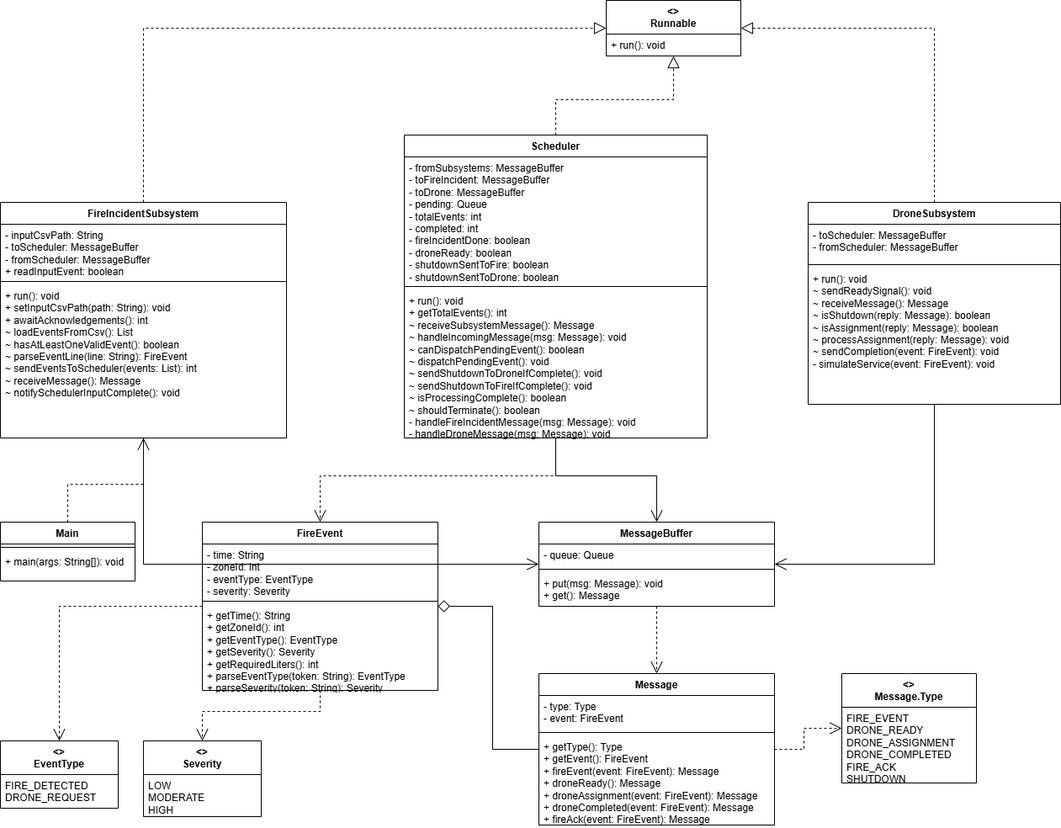
Above: docs/diagrams/class-diagram.png in JowiAoun/SYSC3303W26-Project (draw.io), before the change. Source tidied: cells renumbered, new cells last; positions are measured from the earlier drawing's top-left corner, leaving out a move shared by most shapes.
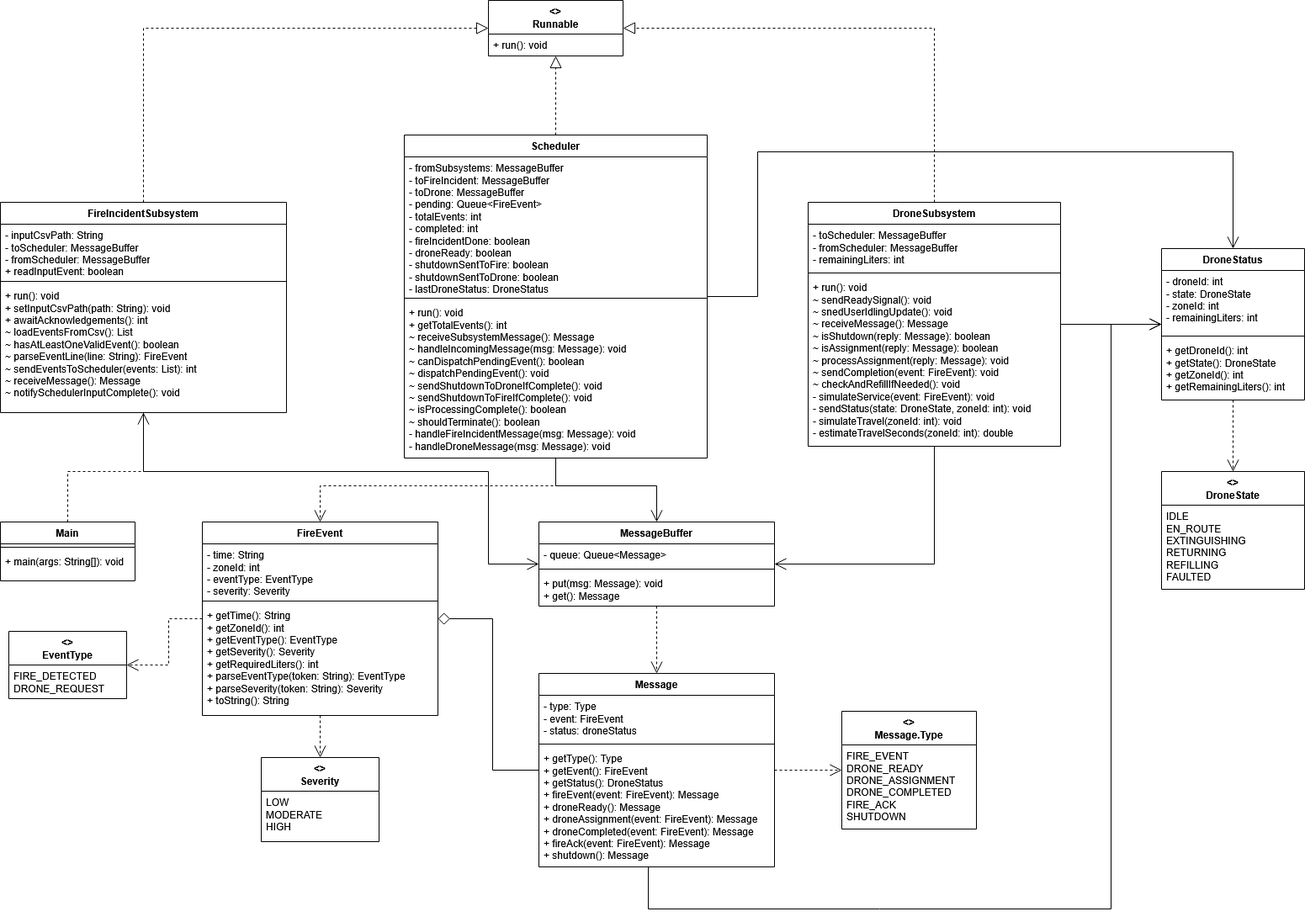
Later version of the same file.

Change to the diagram source:
```diff
@@ -3,13 +3,13 @@
     <mxCell id="0" />
     <mxCell id="1" parent="0" />
     <mxCell id="2" value="&lt;&lt;interface&gt;&gt;&#10;Runnable" style="swimlane;fontStyle=1;align=center;verticalAlign=top;horizontal=1;startSize=40;whiteSpace=wrap;html=1;" parent="1" vertex="1">
-      <mxGeometry x="720" width="160" height="66" as="geometry" />
+      <mxGeometry x="580" width="160" height="66" as="geometry" />
     </mxCell>
     <mxCell id="3" value="+ run(): void" style="text;strokeColor=none;fillColor=none;align=left;verticalAlign=top;spacingLeft=4;spacingRight=4;overflow=hidden;whiteSpace=wrap;html=1;" parent="2" vertex="1">
       <mxGeometry y="40" width="160" height="26" as="geometry" />
     </mxCell>
     <mxCell id="4" value="FireIncidentSubsystem" style="swimlane;fontStyle=1;align=center;verticalAlign=top;horizontal=1;startSize=26;whiteSpace=wrap;html=1;" parent="1" vertex="1">
-      <mxGeometry y="240" width="340" height="280" as="geometry" />
+      <mxGeometry y="240" width="340" height="250" as="geometry" />
     </mxCell>
     <mxCell id="5" value="- inputCsvPath: String&#10;- toScheduler: MessageBuffer&#10;- fromScheduler: MessageBuffer&#10;+ readInputEvent: boolean" style="text;strokeColor=none;fillColor=none;align=left;verticalAlign=top;spacingLeft=4;spacingRight=4;overflow=hidden;whiteSpace=wrap;html=1;" parent="4" vertex="1">
       <mxGeometry y="26" width="340" height="64" as="geometry" />
@@ -18,36 +18,36 @@
       <mxGeometry y="90" width="340" height="8" as="geometry" />
     </mxCell>
     <mxCell id="7" value="+ run(): void&#10;+ setInputCsvPath(path: String): void&#10;+ awaitAcknowledgements(): int&#10;~ loadEventsFromCsv(): List&lt;FireEvent&gt;&#10;~ hasAtLeastOneValidEvent(): boolean&#10;~ parseEventLine(line: String): FireEvent&#10;~ sendEventsToScheduler(events: List&lt;FireEvent&gt;): int&#10;~ receiveMessage(): Message&#10;~ notifySchedulerInputComplete(): void" style="text;strokeColor=none;fillColor=none;align=left;verticalAlign=top;spacingLeft=4;spacingRight=4;overflow=hidden;whiteSpace=wrap;html=1;" parent="4" vertex="1">
-      <mxGeometry y="98" width="340" height="182" as="geometry" />
+      <mxGeometry y="98" width="340" height="152" as="geometry" />
     </mxCell>
     <mxCell id="8" value="Scheduler" style="swimlane;fontStyle=1;align=center;verticalAlign=top;horizontal=1;startSize=26;whiteSpace=wrap;html=1;" parent="1" vertex="1">
-      <mxGeometry x="480" y="160" width="360" height="360" as="geometry" />
+      <mxGeometry x="480" y="160" width="360" height="384" as="geometry" />
     </mxCell>
-    <mxCell id="9" value="- fromSubsystems: MessageBuffer&#10;- toFireIncident: MessageBuffer&#10;- toDrone: MessageBuffer&#10;- pending: Queue&lt;FireEvent&gt;&#10;- totalEvents: int&#10;- completed: int&#10;- fireIncidentDone: boolean&#10;- droneReady: boolean&#10;- shutdownSentToFire: boolean&#10;- shutdownSentToDrone: boolean" style="text;strokeColor=none;fillColor=none;align=left;verticalAlign=top;spacingLeft=4;spacingRight=4;overflow=hidden;whiteSpace=wrap;html=1;" parent="8" vertex="1">
-      <mxGeometry y="26" width="360" height="150" as="geometry" />
+    <mxCell id="9" value="- fromSubsystems: MessageBuffer&lt;br&gt;- toFireIncident: MessageBuffer&lt;br&gt;- toDrone: MessageBuffer&lt;br&gt;- pending: Queue&amp;lt;FireEvent&amp;gt;&lt;br&gt;- totalEvents: int&lt;br&gt;- completed: int&lt;br&gt;- fireIncidentDone: boolean&lt;br&gt;- droneReady: boolean&lt;br&gt;- shutdownSentToFire: boolean&lt;br&gt;&lt;div&gt;- shutdownSentToDrone: boolean&lt;/div&gt;&lt;div&gt;- lastDroneStatus: DroneStatus&lt;/div&gt;" style="text;strokeColor=none;fillColor=none;align=left;verticalAlign=top;spacingLeft=4;spacingRight=4;overflow=hidden;whiteSpace=wrap;html=1;" parent="8" vertex="1">
+      <mxGeometry y="26" width="360" height="164" as="geometry" />
     </mxCell>
     <mxCell id="10" style="line;strokeWidth=1;fillColor=none;align=left;verticalAlign=middle;spacingTop=-1;spacingLeft=3;spacingRight=3;labelPosition=right;strokeColor=inherit;" parent="8" vertex="1">
-      <mxGeometry y="176" width="360" height="8" as="geometry" />
+      <mxGeometry y="190" width="360" height="8" as="geometry" />
     </mxCell>
     <mxCell id="11" value="+ run(): void&#10;+ getTotalEvents(): int&#10;~ receiveSubsystemMessage(): Message&#10;~ handleIncomingMessage(msg: Message): void&#10;~ canDispatchPendingEvent(): boolean&#10;~ dispatchPendingEvent(): void&#10;~ sendShutdownToDroneIfComplete(): void&#10;~ sendShutdownToFireIfComplete(): void&#10;~ isProcessingComplete(): boolean&#10;~ shouldTerminate(): boolean&#10;- handleFireIncidentMessage(msg: Message): void&#10;- handleDroneMessage(msg: Message): void" style="text;strokeColor=none;fillColor=none;align=left;verticalAlign=top;spacingLeft=4;spacingRight=4;overflow=hidden;whiteSpace=wrap;html=1;" parent="8" vertex="1">
-      <mxGeometry y="184" width="360" height="176" as="geometry" />
+      <mxGeometry y="198" width="360" height="186" as="geometry" />
     </mxCell>
     <mxCell id="12" value="DroneSubsystem" style="swimlane;fontStyle=1;align=center;verticalAlign=top;horizontal=1;startSize=26;whiteSpace=wrap;html=1;" parent="1" vertex="1">
-      <mxGeometry x="960" y="240" width="300" height="240" as="geometry" />
+      <mxGeometry x="960" y="240" width="300" height="290" as="geometry" />
     </mxCell>
-    <mxCell id="13" value="- toScheduler: MessageBuffer&#10;- fromScheduler: MessageBuffer" style="text;strokeColor=none;fillColor=none;align=left;verticalAlign=top;spacingLeft=4;spacingRight=4;overflow=hidden;whiteSpace=wrap;html=1;" parent="12" vertex="1">
-      <mxGeometry y="26" width="300" height="44" as="geometry" />
+    <mxCell id="13" value="- toScheduler: MessageBuffer&lt;br&gt;&lt;div&gt;- fromScheduler: MessageBuffer&lt;/div&gt;&lt;div&gt;- remainingLiters: int&lt;/div&gt;" style="text;strokeColor=none;fillColor=none;align=left;verticalAlign=top;spacingLeft=4;spacingRight=4;overflow=hidden;whiteSpace=wrap;html=1;" parent="12" vertex="1">
+      <mxGeometry y="26" width="300" height="54" as="geometry" />
     </mxCell>
     <mxCell id="14" style="line;strokeWidth=1;fillColor=none;align=left;verticalAlign=middle;spacingTop=-1;spacingLeft=3;spacingRight=3;labelPosition=right;strokeColor=inherit;" parent="12" vertex="1">
-      <mxGeometry y="70" width="300" height="8" as="geometry" />
+      <mxGeometry y="80" width="300" height="8" as="geometry" />
     </mxCell>
-    <mxCell id="15" value="+ run(): void&#10;~ sendReadySignal(): void&#10;~ receiveMessage(): Message&#10;~ isShutdown(reply: Message): boolean&#10;~ isAssignment(reply: Message): boolean&#10;~ processAssignment(reply: Message): void&#10;~ sendCompletion(event: FireEvent): void&#10;- simulateService(event: FireEvent): void" style="text;strokeColor=none;fillColor=none;align=left;verticalAlign=top;spacingLeft=4;spacingRight=4;overflow=hidden;whiteSpace=wrap;html=1;" parent="12" vertex="1">
-      <mxGeometry y="78" width="300" height="162" as="geometry" />
+    <mxCell id="15" value="+ run(): void&lt;br&gt;&lt;div&gt;~ sendReadySignal(): void&lt;/div&gt;&lt;div&gt;~ snedUserIdlingUpdate(): void&lt;/div&gt;~ receiveMessage(): Message&lt;br&gt;~ isShutdown(reply: Message): boolean&lt;br&gt;~ isAssignment(reply: Message): boolean&lt;br&gt;~ processAssignment(reply: Message): void&lt;br&gt;&lt;div&gt;~ sendCompletion(event: FireEvent): void&lt;/div&gt;&lt;div&gt;~ checkAndRefillIfNeeded(): void&lt;/div&gt;&lt;div&gt;- simulateService(event: FireEvent): void&lt;/div&gt;&lt;div&gt;- sendStatus(state: DroneState, zoneId: int): void&lt;/div&gt;&lt;div&gt;- simulateTravel(zoneId: int): void&lt;/div&gt;&lt;div&gt;- estimateTravelSeconds(zoneId: int): double&lt;/div&gt;" style="text;strokeColor=none;fillColor=none;align=left;verticalAlign=top;spacingLeft=4;spacingRight=4;overflow=hidden;whiteSpace=wrap;html=1;" parent="12" vertex="1">
+      <mxGeometry y="88" width="300" height="202" as="geometry" />
     </mxCell>
     <mxCell id="16" value="MessageBuffer" style="swimlane;fontStyle=1;align=center;verticalAlign=top;horizontal=1;startSize=26;whiteSpace=wrap;html=1;" parent="1" vertex="1">
       <mxGeometry x="640" y="620" width="280" height="100" as="geometry" />
     </mxCell>
-    <mxCell id="17" value="- queue: Queue&lt;Message&gt;" style="text;strokeColor=none;fillColor=none;align=left;verticalAlign=top;spacingLeft=4;spacingRight=4;overflow=hidden;whiteSpace=wrap;html=1;" parent="16" vertex="1">
+    <mxCell id="17" value="- queue: Queue&amp;lt;Message&amp;gt;" style="text;strokeColor=none;fillColor=none;align=left;verticalAlign=top;spacingLeft=4;spacingRight=4;overflow=hidden;whiteSpace=wrap;html=1;" parent="16" vertex="1">
       <mxGeometry y="26" width="280" height="26" as="geometry" />
     </mxCell>
     <mxCell id="18" style="line;strokeWidth=1;fillColor=none;align=left;verticalAlign=middle;spacingTop=-1;spacingLeft=3;spacingRight=3;labelPosition=right;strokeColor=inherit;" parent="16" vertex="1">
@@ -57,19 +57,19 @@
       <mxGeometry y="60" width="280" height="40" as="geometry" />
     </mxCell>
     <mxCell id="20" value="Message" style="swimlane;fontStyle=1;align=center;verticalAlign=top;horizontal=1;startSize=26;whiteSpace=wrap;html=1;" parent="1" vertex="1">
-      <mxGeometry x="640" y="800" width="280" height="180" as="geometry" />
+      <mxGeometry x="640" y="800" width="280" height="230" as="geometry" />
     </mxCell>
-    <mxCell id="21" value="- type: Type&#10;- event: FireEvent" style="text;strokeColor=none;fillColor=none;align=left;verticalAlign=top;spacingLeft=4;spacingRight=4;overflow=hidden;whiteSpace=wrap;html=1;" parent="20" vertex="1">
-      <mxGeometry y="26" width="280" height="40" as="geometry" />
+    <mxCell id="21" value="- type: Type&lt;br&gt;&lt;div&gt;- event: FireEvent&lt;/div&gt;&lt;div&gt;- status: droneStatus&lt;/div&gt;" style="text;strokeColor=none;fillColor=none;align=left;verticalAlign=top;spacingLeft=4;spacingRight=4;overflow=hidden;whiteSpace=wrap;html=1;" parent="20" vertex="1">
+      <mxGeometry y="26" width="280" height="54" as="geometry" />
     </mxCell>
     <mxCell id="22" style="line;strokeWidth=1;fillColor=none;align=left;verticalAlign=middle;spacingTop=-1;spacingLeft=3;spacingRight=3;labelPosition=right;strokeColor=inherit;" parent="20" vertex="1">
-      <mxGeometry y="66" width="280" height="8" as="geometry" />
+      <mxGeometry y="80" width="280" height="8" as="geometry" />
     </mxCell>
-    <mxCell id="23" value="+ getType(): Type&#10;+ getEvent(): FireEvent&#10;+ fireEvent(event: FireEvent): Message&#10;+ droneReady(): Message&#10;+ droneAssignment(event: FireEvent): Message&#10;+ droneCompleted(event: FireEvent): Message&#10;+ fireAck(event: FireEvent): Message&#10;+ shutdown(): Message" style="text;strokeColor=none;fillColor=none;align=left;verticalAlign=top;spacingLeft=4;spacingRight=4;overflow=hidden;whiteSpace=wrap;html=1;" parent="20" vertex="1">
-      <mxGeometry y="74" width="280" height="106" as="geometry" />
+    <mxCell id="23" value="+ getType(): Type&lt;br&gt;&lt;div&gt;+ getEvent(): FireEvent&lt;/div&gt;&lt;div&gt;+ getStatus(): DroneStatus&lt;/div&gt;+ fireEvent(event: FireEvent): Message&lt;br&gt;+ droneReady(): Message&lt;br&gt;+ droneAssignment(event: FireEvent): Message&lt;br&gt;+ droneCompleted(event: FireEvent): Message&lt;br&gt;+ fireAck(event: FireEvent): Message&lt;br&gt;+ shutdown(): Message" style="text;strokeColor=none;fillColor=none;align=left;verticalAlign=top;spacingLeft=4;spacingRight=4;overflow=hidden;whiteSpace=wrap;html=1;" parent="20" vertex="1">
+      <mxGeometry y="88" width="280" height="142" as="geometry" />
     </mxCell>
     <mxCell id="24" value="FireEvent" style="swimlane;fontStyle=1;align=center;verticalAlign=top;horizontal=1;startSize=26;whiteSpace=wrap;html=1;" parent="1" vertex="1">
-      <mxGeometry x="240" y="620" width="280" height="200" as="geometry" />
+      <mxGeometry x="240" y="620" width="280" height="230" as="geometry" />
     </mxCell>
     <mxCell id="25" value="- time: String&#10;- zoneId: int&#10;- eventType: EventType&#10;- severity: Severity" style="text;strokeColor=none;fillColor=none;align=left;verticalAlign=top;spacingLeft=4;spacingRight=4;overflow=hidden;whiteSpace=wrap;html=1;" parent="24" vertex="1">
       <mxGeometry y="26" width="280" height="64" as="geometry" />
@@ -78,7 +78,7 @@
       <mxGeometry y="90" width="280" height="8" as="geometry" />
     </mxCell>
     <mxCell id="27" value="+ getTime(): String&#10;+ getZoneId(): int&#10;+ getEventType(): EventType&#10;+ getSeverity(): Severity&#10;+ getRequiredLiters(): int&#10;+ parseEventType(token: String): EventType&#10;+ parseSeverity(token: String): Severity&#10;+ toString(): String" style="text;strokeColor=none;fillColor=none;align=left;verticalAlign=top;spacingLeft=4;spacingRight=4;overflow=hidden;whiteSpace=wrap;html=1;" parent="24" vertex="1">
-      <mxGeometry y="98" width="280" height="102" as="geometry" />
+      <mxGeometry y="98" width="280" height="132" as="geometry" />
     </mxCell>
     <mxCell id="28" value="Main" style="swimlane;fontStyle=1;align=center;verticalAlign=top;horizontal=1;startSize=26;whiteSpace=wrap;html=1;" parent="1" vertex="1">
       <mxGeometry y="620" width="160" height="70" as="geometry" />
@@ -90,22 +90,22 @@
       <mxGeometry y="34" width="160" height="36" as="geometry" />
     </mxCell>
     <mxCell id="31" value="&lt;&lt;enumeration&gt;&gt;&#10;EventType" style="swimlane;fontStyle=1;align=center;verticalAlign=top;horizontal=1;startSize=40;whiteSpace=wrap;html=1;" parent="1" vertex="1">
-      <mxGeometry y="880" width="140" height="80" as="geometry" />
+      <mxGeometry x="10" y="750" width="140" height="80" as="geometry" />
     </mxCell>
     <mxCell id="32" value="FIRE_DETECTED&#10;DRONE_REQUEST" style="text;strokeColor=none;fillColor=none;align=left;verticalAlign=top;spacingLeft=4;spacingRight=4;overflow=hidden;whiteSpace=wrap;html=1;" parent="31" vertex="1">
       <mxGeometry y="40" width="140" height="40" as="geometry" />
     </mxCell>
     <mxCell id="33" value="&lt;&lt;enumeration&gt;&gt;&#10;Severity" style="swimlane;fontStyle=1;align=center;verticalAlign=top;horizontal=1;startSize=40;whiteSpace=wrap;html=1;" parent="1" vertex="1">
-      <mxGeometry x="170" y="880" width="140" height="90" as="geometry" />
+      <mxGeometry x="310" y="900" width="140" height="100" as="geometry" />
     </mxCell>
     <mxCell id="34" value="LOW&#10;MODERATE&#10;HIGH" style="text;strokeColor=none;fillColor=none;align=left;verticalAlign=top;spacingLeft=4;spacingRight=4;overflow=hidden;whiteSpace=wrap;html=1;" parent="33" vertex="1">
-      <mxGeometry y="40" width="140" height="50" as="geometry" />
+      <mxGeometry y="40" width="140" height="60" as="geometry" />
     </mxCell>
     <mxCell id="35" value="&lt;&lt;enumeration&gt;&gt;&#10;Message.Type" style="swimlane;fontStyle=1;align=center;verticalAlign=top;horizontal=1;startSize=40;whiteSpace=wrap;html=1;" parent="1" vertex="1">
-      <mxGeometry x="1000" y="800" width="160" height="130" as="geometry" />
+      <mxGeometry x="1000" y="845" width="160" height="140" as="geometry" />
     </mxCell>
     <mxCell id="36" value="FIRE_EVENT&#10;DRONE_READY&#10;DRONE_ASSIGNMENT&#10;DRONE_COMPLETED&#10;FIRE_ACK&#10;SHUTDOWN" style="text;strokeColor=none;fillColor=none;align=left;verticalAlign=top;spacingLeft=4;spacingRight=4;overflow=hidden;whiteSpace=wrap;html=1;" parent="35" vertex="1">
-      <mxGeometry y="40" width="160" height="90" as="geometry" />
+      <mxGeometry y="40" width="160" height="100" as="geometry" />
     </mxCell>
     <mxCell id="37" style="edgeStyle=orthogonalEdgeStyle;rounded=0;jettySize=auto;html=1;endArrow=block;endFill=0;dashed=1;endSize=12;exitX=0.5;exitY=0;exitDx=0;exitDy=0;entryX=0;entryY=0.5;entryDx=0;entryDy=0;" parent="1" edge="1" source="4" target="2">
       <mxGeometry relative="1" as="geometry" />
@@ -116,8 +116,14 @@
     <mxCell id="39" style="edgeStyle=orthogonalEdgeStyle;rounded=0;jettySize=auto;html=1;endArrow=block;endFill=0;dashed=1;endSize=12;exitX=0.5;exitY=0;exitDx=0;exitDy=0;entryX=1;entryY=0.5;entryDx=0;entryDy=0;" parent="1" edge="1" source="12" target="2">
       <mxGeometry relative="1" as="geometry" />
     </mxCell>
-    <mxCell id="40" style="edgeStyle=orthogonalEdgeStyle;rounded=0;jettySize=auto;html=1;endArrow=open;endFill=0;endSize=12;exitX=0.5;exitY=1;exitDx=0;exitDy=0;entryX=0;entryY=0.5;entryDx=0;entryDy=0;" parent="1" edge="1" source="4" target="16">
-      <mxGeometry relative="1" as="geometry" />
+    <mxCell id="40" style="edgeStyle=orthogonalEdgeStyle;rounded=0;jettySize=auto;html=1;endArrow=open;endFill=0;endSize=12;exitX=0.5;exitY=1;exitDx=0;exitDy=0;" parent="1" edge="1" source="4" target="16">
+      <mxGeometry relative="1" as="geometry">
+        <Array as="points">
+          <mxPoint x="170" y="560" />
+          <mxPoint x="580" y="560" />
+          <mxPoint x="580" y="670" />
+        </Array>
+      </mxGeometry>
     </mxCell>
     <mxCell id="41" style="edgeStyle=orthogonalEdgeStyle;rounded=0;jettySize=auto;html=1;endArrow=open;endFill=0;endSize=12;exitX=0.5;exitY=1;exitDx=0;exitDy=0;entryX=0.5;entryY=0;entryDx=0;entryDy=0;" parent="1" edge="1" source="8" target="16">
       <mxGeometry relative="1" as="geometry" />
@@ -146,5 +152,47 @@
     <mxCell id="49" style="edgeStyle=orthogonalEdgeStyle;rounded=0;jettySize=auto;html=1;endArrow=open;endFill=0;endSize=12;dashed=1;" parent="1" edge="1" source="20" target="35">
       <mxGeometry relative="1" as="geometry" />
     </mxCell>
+    <mxCell id="50" value="&lt;div&gt;DroneStatus&lt;/div&gt;" style="swimlane;fontStyle=1;align=center;verticalAlign=top;horizontal=1;startSize=26;whiteSpace=wrap;html=1;" parent="1" vertex="1">
+      <mxGeometry x="1380" y="295" width="170" height="180" as="geometry" />
+    </mxCell>
+    <mxCell id="51" value="&lt;div&gt;- droneId: int&lt;/div&gt;&lt;div&gt;- state: DroneState&lt;/div&gt;&lt;div&gt;- zoneId: int&lt;/div&gt;&lt;div&gt;- remainingLiters: int&lt;/div&gt;" style="text;strokeColor=none;fillColor=none;align=left;verticalAlign=top;spacingLeft=4;spacingRight=4;overflow=hidden;whiteSpace=wrap;html=1;" parent="50" vertex="1">
+      <mxGeometry y="26" width="170" height="74" as="geometry" />
+    </mxCell>
+    <mxCell id="52" style="line;strokeWidth=1;fillColor=none;align=left;verticalAlign=middle;spacingTop=-1;spacingLeft=3;spacingRight=3;labelPosition=right;strokeColor=inherit;" parent="50" vertex="1">
+      <mxGeometry y="100" width="170" height="8" as="geometry" />
+    </mxCell>
+    <mxCell id="53" value="&lt;div&gt;+ getDroneId(): int&lt;/div&gt;&lt;div&gt;+ getState(): DroneState&lt;/div&gt;&lt;div&gt;+ getZoneId(): int&lt;/div&gt;&lt;div&gt;+ getRemainingLiters(): int&lt;/div&gt;" style="text;strokeColor=none;fillColor=none;align=left;verticalAlign=top;spacingLeft=4;spacingRight=4;overflow=hidden;whiteSpace=wrap;html=1;" parent="50" vertex="1">
+      <mxGeometry y="108" width="170" height="72" as="geometry" />
+    </mxCell>
+    <mxCell id="54" value="&lt;div&gt;&amp;lt;&amp;gt;&lt;/div&gt;&lt;div&gt;DroneState&lt;/div&gt;" style="swimlane;fontStyle=1;align=center;verticalAlign=top;horizontal=1;startSize=40;whiteSpace=wrap;html=1;" parent="1" vertex="1">
+      <mxGeometry x="1380" y="560" width="170" height="140" as="geometry" />
+    </mxCell>
+    <mxCell id="55" value="IDLE&lt;br&gt;EN_ROUTE&lt;br&gt;EXTINGUISHING&lt;br&gt;RETURNING&lt;br&gt;REFILLING&lt;br&gt;FAULTED" style="text;strokeColor=none;fillColor=none;align=left;verticalAlign=top;spacingLeft=4;spacingRight=4;overflow=hidden;whiteSpace=wrap;html=1;" parent="54" vertex="1">
+      <mxGeometry y="40" width="170" height="100" as="geometry" />
+    </mxCell>
+    <mxCell id="56" style="edgeStyle=orthogonalEdgeStyle;rounded=0;jettySize=auto;html=1;endArrow=open;endFill=0;endSize=12;" parent="1" edge="1" source="12" target="50">
+      <mxGeometry relative="1" as="geometry" />
+    </mxCell>
+    <mxCell id="57" style="edgeStyle=orthogonalEdgeStyle;rounded=0;jettySize=auto;html=1;endArrow=open;endFill=0;endSize=12;dashed=1;" parent="1" edge="1" source="50" target="54">
+      <mxGeometry relative="1" as="geometry" />
+    </mxCell>
+    <mxCell id="58" style="edgeStyle=orthogonalEdgeStyle;rounded=0;jettySize=auto;html=1;endArrow=open;endFill=0;endSize=12;entryX=0.5;entryY=0;entryDx=0;entryDy=0;" parent="1" edge="1" source="8" target="50">
+      <mxGeometry relative="1" as="geometry">
+        <Array as="points">
+          <mxPoint x="900" y="352" />
+          <mxPoint x="900" y="180" />
+          <mxPoint x="1465" y="180" />
+        </Array>
+      </mxGeometry>
+    </mxCell>
+    <mxCell id="59" style="edgeStyle=orthogonalEdgeStyle;rounded=0;jettySize=auto;html=1;endArrow=open;endFill=0;endSize=12;" parent="1" edge="1" source="20" target="50">
+      <mxGeometry relative="1" as="geometry">
+        <Array as="points">
+          <mxPoint x="770" y="1080" />
+          <mxPoint x="1320" y="1080" />
+          <mxPoint x="1320" y="385" />
+        </Array>
+      </mxGeometry>
+    </mxCell>
   </root>
 </mxGraphModel>
```
